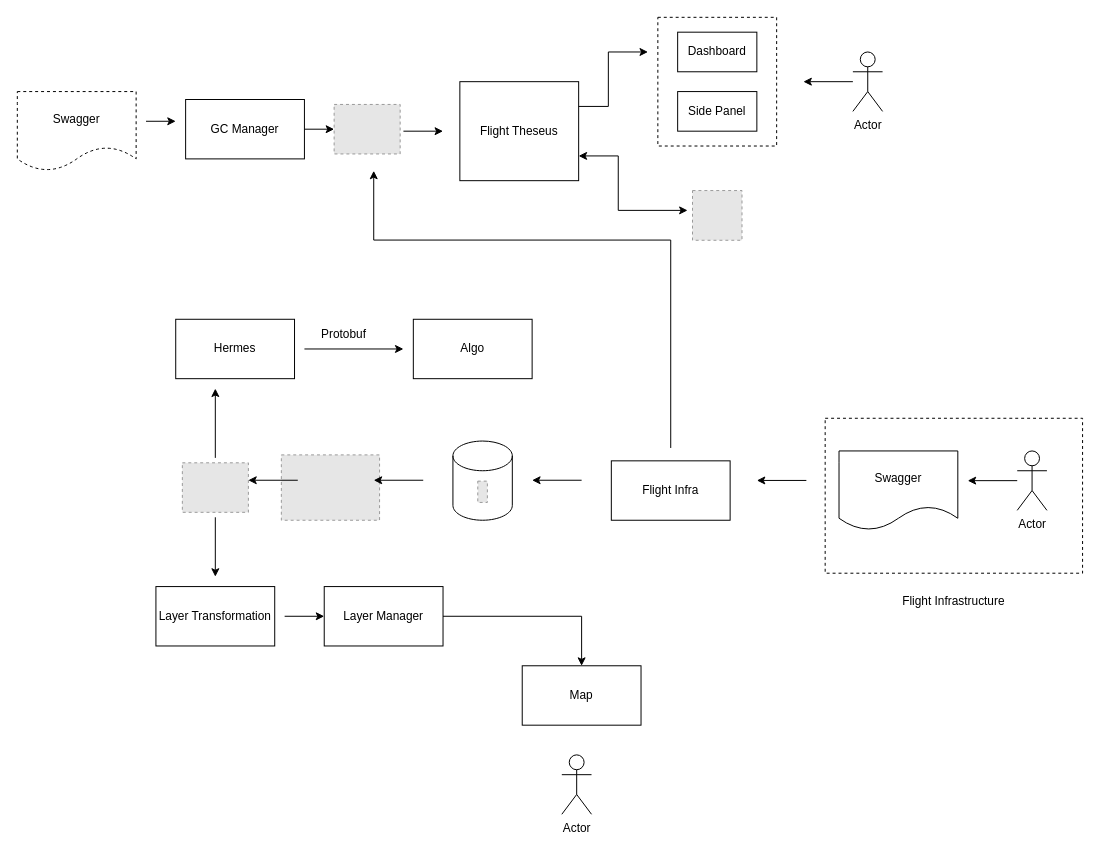
Above: sprint 2 block diagram.drawio in natank/diagrams (draw.io), before the change. Source tidied: cells renumbered, new cells numbered last; positions are measured from the earlier drawing's top-left corner, leaving out a move shared by most shapes. Both pictures are drawn from the tidied source at 99%, with x=0, y=0 at pixel (17, 17). Pictures stored in the file or linked from it are replaced by grey dashed boxes.
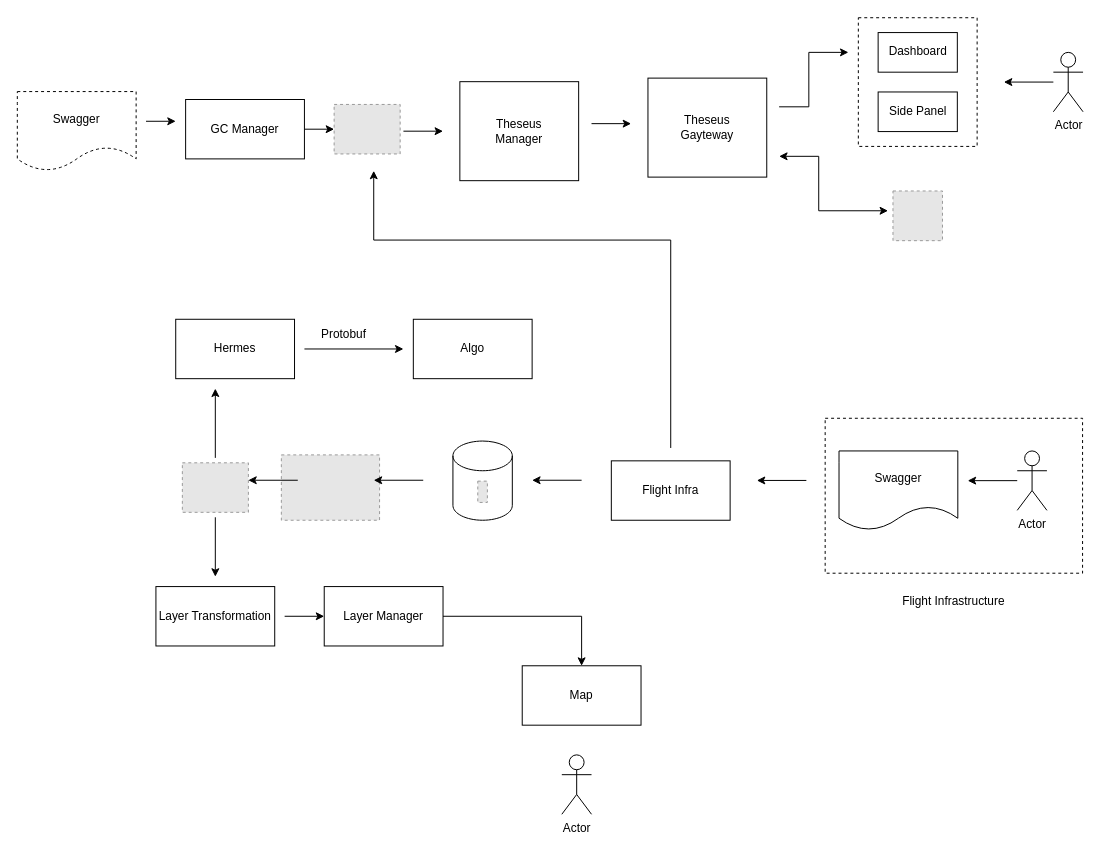
Above is the later version.

The edit, as a diff of the source:
```diff
@@
     <mxCell id="3" style="rounded=0;whiteSpace=wrap;html=1;dashed=1;" parent="1" vertex="1">
-      <mxGeometry x="647" width="120" height="130" as="geometry" />
+      <mxGeometry x="849.5" y="0.4" width="120" height="130" as="geometry" />
     </mxCell>
@@
-    <mxCell id="17" value="Flight Theseus" style="rounded=0;whiteSpace=wrap;html=1;" parent="1" vertex="1">
+    <mxCell id="17" value="Theseus&lt;br&gt;Manager" style="rounded=0;whiteSpace=wrap;html=1;" parent="1" vertex="1">
       <mxGeometry x="447" y="65" width="120" height="100" as="geometry" />
     </mxCell>
     <mxCell id="18" style="fillColor=#E6E6E6;strokeColor=#999999;dashed=1;verticalLabelPosition=bottom;labelBackgroundColor=default;verticalAlign=top;" parent="1" vertex="1">
-      <mxGeometry x="682" y="175" width="50" height="50.2" as="geometry" />
+      <mxGeometry x="884.5" y="175.4" width="50" height="50.2" as="geometry" />
     </mxCell>
     <mxCell id="19" value="Dashboard" style="rounded=0;whiteSpace=wrap;html=1;" parent="1" vertex="1">
-      <mxGeometry x="667" y="15" width="80" height="40" as="geometry" />
+      <mxGeometry x="869.5" y="15.4" width="80" height="40" as="geometry" />
     </mxCell>
     <mxCell id="20" value="Side Panel" style="rounded=0;whiteSpace=wrap;html=1;" parent="1" vertex="1">
-      <mxGeometry x="667" y="75" width="80" height="40" as="geometry" />
+      <mxGeometry x="869.5" y="75.4" width="80" height="40" as="geometry" />
     </mxCell>
-    <mxCell id="21" style="endArrow=classic;html=1;rounded=0;exitX=1;exitY=0.25;exitDx=0;exitDy=0;" parent="1" edge="1" source="17">
+    <mxCell id="21" style="endArrow=classic;html=1;rounded=0;exitX=1;exitY=0.25;exitDx=0;exitDy=0;" parent="1" edge="1">
       <mxGeometry relative="1" as="geometry">
-        <mxPoint x="637" y="35" as="targetPoint" />
+        <mxPoint x="769.5" y="90.4" as="sourcePoint" />
+        <mxPoint x="839.5" y="35.4" as="targetPoint" />
         <Array as="points">
-          <mxPoint x="597" y="90" />
-          <mxPoint x="597" y="35" />
+          <mxPoint x="799.5" y="90.4" />
+          <mxPoint x="799.5" y="35.4" />
         </Array>
       </mxGeometry>
     </mxCell>
-    <mxCell id="22" style="endArrow=classic;startArrow=classic;html=1;rounded=0;exitX=1;exitY=0.75;exitDx=0;exitDy=0;" parent="1" edge="1" source="17">
+    <mxCell id="22" style="endArrow=classic;startArrow=classic;html=1;rounded=0;exitX=1;exitY=0.75;exitDx=0;exitDy=0;" parent="1" edge="1">
       <mxGeometry relative="1" as="geometry">
-        <mxPoint x="677" y="195" as="targetPoint" />
+        <mxPoint x="769.5" y="140.4" as="sourcePoint" />
+        <mxPoint x="879.5" y="195.4" as="targetPoint" />
         <Array as="points">
-          <mxPoint x="607" y="140" />
-          <mxPoint x="607" y="195" />
+          <mxPoint x="809.5" y="140.4" />
+          <mxPoint x="809.5" y="195.4" />
         </Array>
       </mxGeometry>
     </mxCell>
@@
     <mxCell id="37" value="Actor" style="shape=umlActor;verticalLabelPosition=bottom;verticalAlign=top;html=1;outlineConnect=0;" parent="1" vertex="1">
-      <mxGeometry x="844" y="35" width="30" height="60" as="geometry" />
+      <mxGeometry x="1046.5" y="35.4" width="30" height="60" as="geometry" />
     </mxCell>
     <mxCell id="38" style="endArrow=classic;html=1;rounded=0;" parent="1" edge="1" source="37">
       <mxGeometry relative="1" as="geometry">
-        <mxPoint x="794" y="65" as="targetPoint" />
+        <mxPoint x="996.5" y="65.4" as="targetPoint" />
       </mxGeometry>
     </mxCell>
@@
+    <mxCell id="44" value="Theseus&lt;br&gt;Gayteway" style="rounded=0;whiteSpace=wrap;html=1;" parent="1" vertex="1">
+      <mxGeometry x="637" y="61.4" width="120" height="100" as="geometry" />
+    </mxCell>
+    <mxCell id="45" style="endArrow=classic;html=1;rounded=0;" parent="1" edge="1">
+      <mxGeometry relative="1" as="geometry">
+        <mxPoint x="580" y="107.4" as="sourcePoint" />
+        <mxPoint x="620" y="107.4" as="targetPoint" />
+      </mxGeometry>
+    </mxCell>
```
